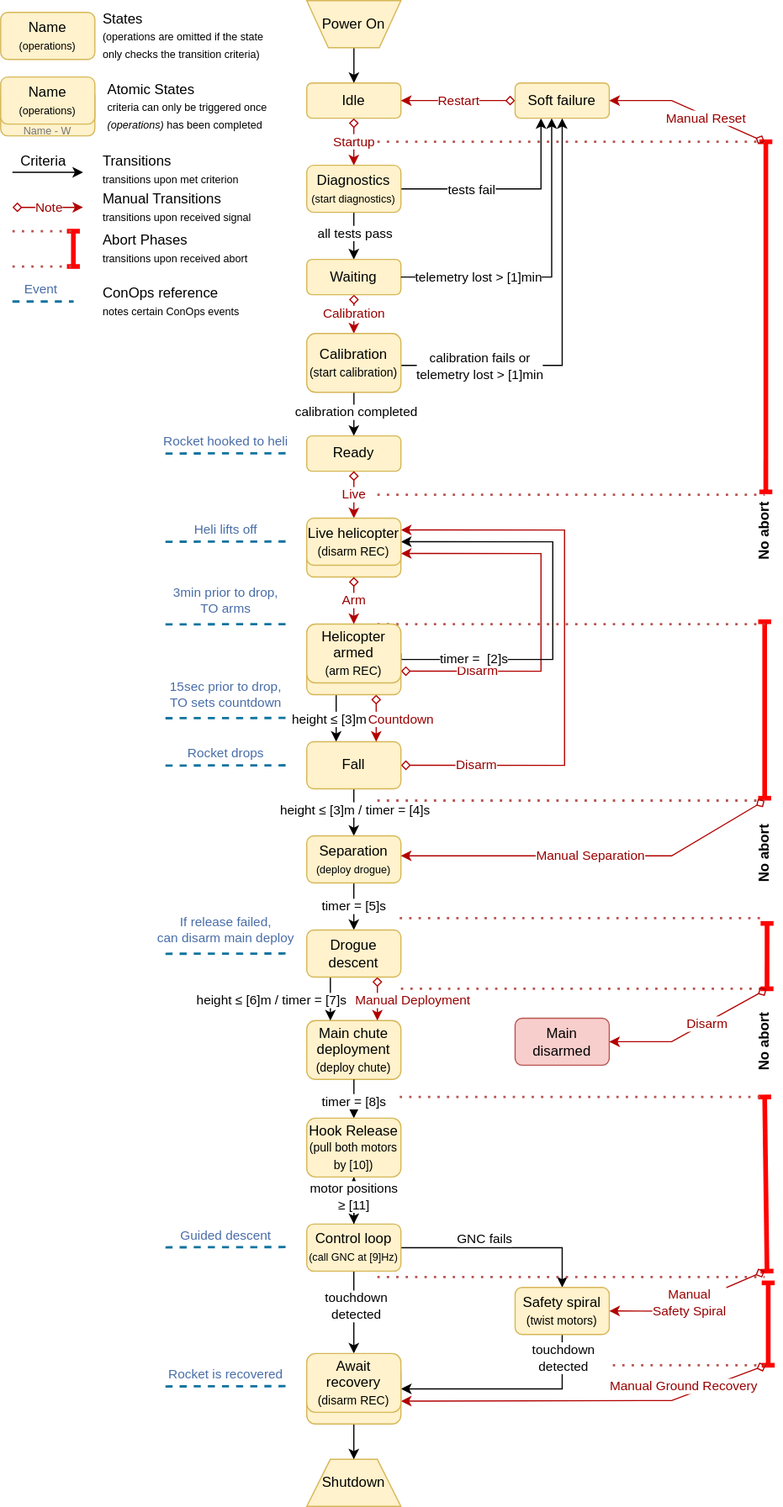
Above: state-machines/separation-drop-test-state-machine.drawio.svg in aris-space/asteria-remote-computers (draw.io), before the change. Source tidied: cells renumbered, new cells last; positions are measured from the earlier drawing's top-left corner, leaving out a move shared by most shapes.
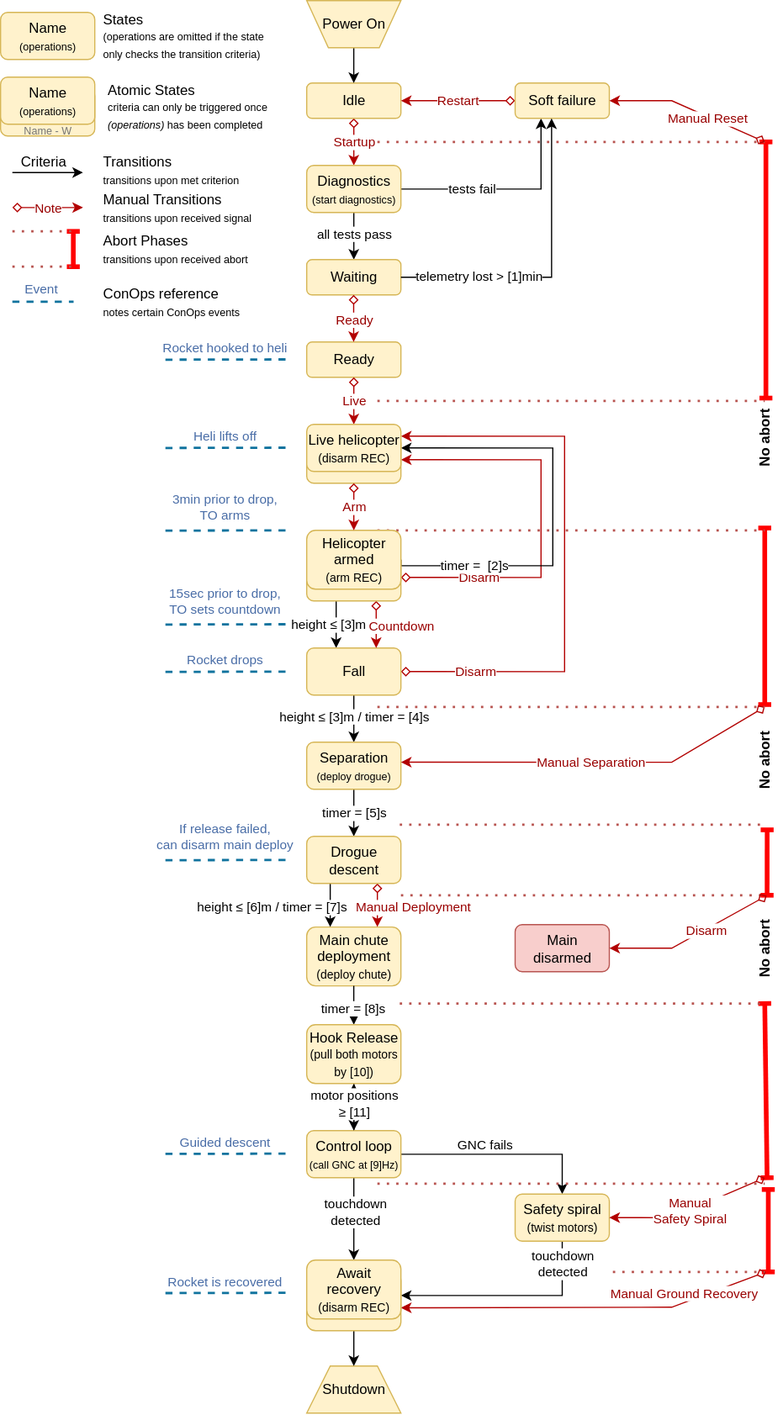
After the commit.

Commit message:
Remove Calibration state from the separation drop test diagram

What changed in the source:
```diff
@@ -9,13 +9,13 @@
       <mxGeometry relative="1" as="geometry" />
     </mxCell>
     <mxCell id="4" value="Idle" style="rounded=1;whiteSpace=wrap;html=1;fillColor=#fff2cc;strokeColor=#d6b656;" parent="1" vertex="1">
-      <mxGeometry x="260" y="70" width="80" height="30" as="geometry" />
+      <mxGeometry x="260" y="150" width="80" height="30" as="geometry" />
     </mxCell>
     <mxCell id="5" style="edgeStyle=orthogonalEdgeStyle;rounded=0;jettySize=auto;html=1;" parent="1" edge="1" source="6" target="4">
       <mxGeometry relative="1" as="geometry" />
     </mxCell>
     <mxCell id="6" value="Power On" style="verticalLabelPosition=middle;verticalAlign=middle;html=1;shape=trapezoid;perimeter=trapezoidPerimeter;whiteSpace=wrap;size=0.23;arcSize=10;flipV=1;labelPosition=center;align=center;fillColor=#fff2cc;strokeColor=#d6b656;" parent="1" vertex="1">
-      <mxGeometry x="260" width="80" height="40" as="geometry" />
+      <mxGeometry x="260" y="80" width="80" height="40" as="geometry" />
     </mxCell>
     <mxCell id="7" style="edgeStyle=orthogonalEdgeStyle;rounded=0;jettySize=auto;html=1;entryX=0.5;entryY=0;entryDx=0;entryDy=0;" parent="1" edge="1" source="11" target="13">
       <mxGeometry relative="1" as="geometry" />
@@ -26,7 +26,7 @@
     <mxCell id="9" style="edgeStyle=orthogonalEdgeStyle;rounded=0;jettySize=auto;html=1;entryX=0.275;entryY=1;entryDx=0;entryDy=0;entryPerimeter=0;" parent="1" edge="1" source="11" target="15">
       <mxGeometry relative="1" as="geometry">
         <Array as="points">
-          <mxPoint x="459" y="160" />
+          <mxPoint x="459" y="240" />
         </Array>
       </mxGeometry>
     </mxCell>
@@ -36,41 +36,17 @@
       </mxGeometry>
     </mxCell>
     <mxCell id="11" value="&lt;font&gt;Diagnostics&lt;/font&gt;&lt;div&gt;&lt;font style=&quot;font-size: 9px;&quot;&gt;(start diagnostics)&lt;br&gt;&lt;/font&gt;&lt;/div&gt;" style="rounded=1;whiteSpace=wrap;html=1;fillColor=#fff2cc;strokeColor=#d6b656;" parent="1" vertex="1">
-      <mxGeometry x="260" y="140" width="80" height="40" as="geometry" />
+      <mxGeometry x="260" y="220" width="80" height="40" as="geometry" />
     </mxCell>
-    <mxCell id="12" value="&lt;font color=&quot;#990000&quot;&gt;Calibration&lt;/font&gt;" style="edgeStyle=orthogonalEdgeStyle;rounded=0;jettySize=auto;html=1;entryX=0.5;entryY=0;entryDx=0;entryDy=0;shadow=0;strokeColor=#B20000;strokeWidth=1;align=center;verticalAlign=middle;fontFamily=Helvetica;fontSize=11;fontColor=default;labelBackgroundColor=default;jumpStyle=none;jumpSize=5;startArrow=diamond;startFill=0;endArrow=classic;flowAnimation=0;fillColor=#e51400;" parent="1" edge="1" source="13" target="20">
-      <mxGeometry relative="1" as="geometry" />
-    </mxCell>
     <mxCell id="13" value="Waiting" style="rounded=1;whiteSpace=wrap;html=1;fillColor=#fff2cc;strokeColor=#d6b656;" parent="1" vertex="1">
-      <mxGeometry x="260" y="220" width="80" height="30" as="geometry" />
+      <mxGeometry x="260" y="300" width="80" height="30" as="geometry" />
     </mxCell>
     <mxCell id="14" value="&lt;font color=&quot;#990000&quot;&gt;Restart&lt;/font&gt;" style="rounded=0;jettySize=auto;html=1;strokeWidth=1;shadow=0;flowAnimation=0;strokeColor=#B20000;jumpStyle=none;jumpSize=5;startArrow=diamond;startFill=0;fillColor=#e51400;align=center;verticalAlign=middle;fontFamily=Helvetica;fontSize=11;fontColor=default;labelBackgroundColor=default;endArrow=classic;gradientColor=none;" parent="1" edge="1" source="15" target="4">
       <mxGeometry relative="1" as="geometry" />
     </mxCell>
     <mxCell id="15" value="Soft failure" style="rounded=1;whiteSpace=wrap;html=1;fillColor=#fff2cc;strokeColor=#d6b656;" parent="1" vertex="1">
-      <mxGeometry x="437" y="70" width="80" height="30" as="geometry" />
+      <mxGeometry x="437" y="150" width="80" height="30" as="geometry" />
     </mxCell>
-    <mxCell id="16" style="edgeStyle=orthogonalEdgeStyle;rounded=0;jettySize=auto;html=1;entryX=0.5;entryY=1;entryDx=0;entryDy=0;" parent="1" edge="1" source="20" target="15">
-      <mxGeometry relative="1" as="geometry">
-        <Array as="points">
-          <mxPoint x="477" y="310" />
-        </Array>
-      </mxGeometry>
-    </mxCell>
-    <mxCell id="17" value="&lt;div&gt;calibration fails or&lt;br&gt;&lt;/div&gt;&lt;div&gt;telemetry lost &amp;gt; [1]min&lt;br&gt;&lt;/div&gt;" style="edgeLabel;html=1;align=center;verticalAlign=middle;" parent="16" vertex="1">
-      <mxGeometry x="-0.61" y="-1" relative="1" as="geometry">
-        <mxPoint x="-2" y="-1" as="offset" />
-      </mxGeometry>
-    </mxCell>
-    <mxCell id="18" style="edgeStyle=orthogonalEdgeStyle;rounded=0;jettySize=auto;html=1;entryX=0.5;entryY=0;entryDx=0;entryDy=0;" parent="1" edge="1" source="20" target="69">
-      <mxGeometry relative="1" as="geometry" />
-    </mxCell>
-    <mxCell id="19" value="calibration completed" style="edgeLabel;html=1;align=center;verticalAlign=middle;" parent="18" vertex="1">
-      <mxGeometry x="-0.24" y="1" relative="1" as="geometry" />
-    </mxCell>
-    <mxCell id="20" value="Calibration&lt;div&gt;&lt;font size=&quot;1&quot;&gt;(start calibration)&lt;/font&gt;&lt;/div&gt;" style="rounded=1;whiteSpace=wrap;html=1;fillColor=#fff2cc;strokeColor=#d6b656;" parent="1" vertex="1">
-      <mxGeometry x="260" y="283" width="80" height="50" as="geometry" />
-    </mxCell>
     <mxCell id="21" style="edgeStyle=orthogonalEdgeStyle;rounded=0;orthogonalLoop=1;jettySize=auto;html=1;entryX=0.5;entryY=0;entryDx=0;entryDy=0;" parent="1" edge="1">
       <mxGeometry relative="1" as="geometry">
         <mxPoint x="285" y="590" as="sourcePoint" />
@@ -101,7 +77,7 @@
     <mxCell id="24" style="edgeStyle=orthogonalEdgeStyle;rounded=0;jettySize=auto;html=1;exitX=1;exitY=0.5;exitDx=0;exitDy=0;" parent="1" edge="1" source="13" target="15">
       <mxGeometry relative="1" as="geometry">
         <Array as="points">
-          <mxPoint x="468" y="235" />
+          <mxPoint x="468" y="315" />
         </Array>
       </mxGeometry>
     </mxCell>
@@ -263,15 +239,15 @@
     </mxCell>
     <mxCell id="55" style="endArrow=baseDash;html=1;rounded=0;startArrow=baseDash;startFill=0;endFill=0;fillColor=#f8cecc;strokeColor=#FF0000;strokeWidth=4;exitX=0.855;exitY=0.533;exitDx=0;exitDy=0;exitPerimeter=0;" parent="1" edge="1" source="59">
       <mxGeometry relative="1" as="geometry">
-        <mxPoint x="650" y="120" as="targetPoint" />
+        <mxPoint x="650" y="200" as="targetPoint" />
       </mxGeometry>
     </mxCell>
     <mxCell id="56" style="endArrow=none;dashed=1;html=1;dashPattern=1 3;strokeWidth=2;rounded=0;fillColor=#f8cecc;strokeColor=#b85450;" parent="1" edge="1">
       <mxGeometry relative="1" as="geometry">
-        <mxPoint x="320" y="120" as="sourcePoint" />
-        <mxPoint x="649" y="120" as="targetPoint" />
+        <mxPoint x="320" y="200" as="sourcePoint" />
+        <mxPoint x="649" y="200" as="targetPoint" />
         <Array as="points">
-          <mxPoint x="539" y="120" />
+          <mxPoint x="539" y="200" />
         </Array>
       </mxGeometry>
     </mxCell>
@@ -286,9 +262,9 @@
     </mxCell>
     <mxCell id="58" value="&lt;font color=&quot;#990000&quot;&gt;Manual Reset&lt;/font&gt;" style="endArrow=classic;html=1;rounded=0;entryX=1;entryY=0.5;entryDx=0;entryDy=0;shadow=0;strokeColor=#B20000;strokeWidth=1;align=center;verticalAlign=middle;fontFamily=Helvetica;fontSize=11;fontColor=default;labelBackgroundColor=default;jumpStyle=none;jumpSize=5;startArrow=diamond;startFill=0;flowAnimation=0;fillColor=#e51400;" parent="1" edge="1" target="15">
       <mxGeometry x="-0.24" y="2" relative="1" as="geometry">
-        <mxPoint x="649" y="120" as="sourcePoint" />
+        <mxPoint x="649" y="200" as="sourcePoint" />
         <Array as="points">
-          <mxPoint x="570" y="85" />
+          <mxPoint x="570" y="165" />
         </Array>
       </mxGeometry>
     </mxCell>
@@ -442,69 +418,69 @@
     </mxCell>
     <mxCell id="85" value="&lt;font color=&quot;#990000&quot;&gt;Note&lt;/font&gt;" style="rounded=0;orthogonalLoop=1;jettySize=auto;html=1;strokeWidth=1;shadow=0;flowAnimation=0;strokeColor=#B20000;jumpStyle=none;jumpSize=5;startArrow=diamond;startFill=0;fillColor=#e51400;" parent="1" edge="1">
       <mxGeometry relative="1" as="geometry">
-        <mxPoint x="10" y="175.8" as="sourcePoint" />
-        <mxPoint x="70" y="175.8" as="targetPoint" />
+        <mxPoint x="10" y="255.8" as="sourcePoint" />
+        <mxPoint x="70" y="255.8" as="targetPoint" />
       </mxGeometry>
     </mxCell>
     <mxCell id="86" value="Manual Transitions&lt;div&gt;&lt;font style=&quot;font-size: 9px;&quot;&gt;transitions upon received signal&lt;/font&gt;&lt;/div&gt;" style="text;html=1;align=left;verticalAlign=middle;whiteSpace=wrap;rounded=0;" parent="1" vertex="1">
-      <mxGeometry x="85" y="161" width="145" height="30" as="geometry" />
+      <mxGeometry x="85" y="241" width="145" height="30" as="geometry" />
     </mxCell>
     <mxCell id="87" style="endArrow=baseDash;html=1;rounded=0;startArrow=baseDash;startFill=0;endFill=0;fillColor=#f8cecc;strokeColor=#FF0000;strokeWidth=4;" parent="1" edge="1">
       <mxGeometry relative="1" as="geometry">
-        <mxPoint x="61.8" y="226" as="sourcePoint" />
-        <mxPoint x="61.8" y="196" as="targetPoint" />
+        <mxPoint x="61.8" y="306" as="sourcePoint" />
+        <mxPoint x="61.8" y="276" as="targetPoint" />
       </mxGeometry>
     </mxCell>
     <mxCell id="88" value="Abort Phases&lt;div&gt;&lt;font style=&quot;font-size: 9px;&quot;&gt;transitions upon received abort&lt;/font&gt;&lt;/div&gt;" style="text;html=1;align=left;verticalAlign=middle;whiteSpace=wrap;rounded=0;" parent="1" vertex="1">
-      <mxGeometry x="85" y="196" width="140" height="30" as="geometry" />
+      <mxGeometry x="85" y="276" width="140" height="30" as="geometry" />
     </mxCell>
     <mxCell id="89" value="Name&lt;div&gt;&lt;font style=&quot;font-size: 9px;&quot;&gt;(operations)&lt;/font&gt;&lt;/div&gt;" style="rounded=1;whiteSpace=wrap;html=1;fillColor=#fff2cc;strokeColor=#d6b656;" parent="1" vertex="1">
-      <mxGeometry y="10" width="80" height="40" as="geometry" />
+      <mxGeometry y="90" width="80" height="40" as="geometry" />
     </mxCell>
     <mxCell id="90" value="States&lt;div&gt;&lt;font style=&quot;font-size: 9px;&quot;&gt;(operations are omitted if the state only checks the transition criteria)&lt;/font&gt;&lt;/div&gt;" style="text;html=1;align=left;verticalAlign=middle;whiteSpace=wrap;rounded=0;" parent="1" vertex="1">
-      <mxGeometry x="85" width="140" height="60" as="geometry" />
+      <mxGeometry x="85" y="80" width="140" height="60" as="geometry" />
     </mxCell>
     <mxCell id="91" style="rounded=0;orthogonalLoop=1;jettySize=auto;html=1;strokeWidth=1;shadow=0;flowAnimation=0;strokeColor=default;jumpStyle=none;jumpSize=5;startArrow=none;startFill=0;fillColor=#e51400;align=center;verticalAlign=middle;fontFamily=Helvetica;fontSize=11;fontColor=default;labelBackgroundColor=default;endArrow=classic;" parent="1" edge="1">
       <mxGeometry relative="1" as="geometry">
-        <mxPoint x="10" y="146" as="sourcePoint" />
-        <mxPoint x="70" y="146" as="targetPoint" />
+        <mxPoint x="10" y="226" as="sourcePoint" />
+        <mxPoint x="70" y="226" as="targetPoint" />
       </mxGeometry>
     </mxCell>
     <mxCell id="92" value="Transitions&lt;div&gt;&lt;font style=&quot;font-size: 9px;&quot;&gt;&lt;font style=&quot;&quot;&gt;transitions upon met&amp;nbsp;&lt;/font&gt;&lt;span style=&quot;background-color: transparent;&quot;&gt;&lt;font style=&quot;&quot;&gt;criterion&lt;/font&gt;&lt;/span&gt;&lt;/font&gt;&lt;/div&gt;" style="text;html=1;align=left;verticalAlign=middle;whiteSpace=wrap;rounded=0;" parent="1" vertex="1">
-      <mxGeometry x="85" y="129" width="145" height="30" as="geometry" />
+      <mxGeometry x="85" y="209" width="145" height="30" as="geometry" />
     </mxCell>
     <mxCell id="93" value="Criteria" style="text;html=1;align=center;verticalAlign=middle;strokeColor=none;fillColor=none;" parent="1" vertex="1">
-      <mxGeometry x="6" y="122" width="60" height="30" as="geometry" />
+      <mxGeometry x="6" y="202" width="60" height="30" as="geometry" />
     </mxCell>
     <mxCell id="94" style="endArrow=none;dashed=1;html=1;dashPattern=1 3;strokeWidth=2;rounded=0;fillColor=#f8cecc;strokeColor=#b85450;" parent="1" edge="1">
       <mxGeometry relative="1" as="geometry">
-        <mxPoint x="10" y="196" as="sourcePoint" />
-        <mxPoint x="62" y="196" as="targetPoint" />
+        <mxPoint x="10" y="276" as="sourcePoint" />
+        <mxPoint x="62" y="276" as="targetPoint" />
       </mxGeometry>
     </mxCell>
     <mxCell id="95" style="endArrow=none;dashed=1;html=1;dashPattern=1 3;strokeWidth=2;rounded=0;fillColor=#f8cecc;strokeColor=#b85450;" parent="1" edge="1">
       <mxGeometry relative="1" as="geometry">
-        <mxPoint x="10" y="226" as="sourcePoint" />
-        <mxPoint x="62" y="226" as="targetPoint" />
+        <mxPoint x="10" y="306" as="sourcePoint" />
+        <mxPoint x="62" y="306" as="targetPoint" />
       </mxGeometry>
     </mxCell>
     <mxCell id="96" value="&lt;div&gt;&lt;font style=&quot;&quot;&gt;ConOps reference&lt;/font&gt;&lt;/div&gt;&lt;div&gt;&lt;font style=&quot;font-size: 9px;&quot;&gt;notes certain ConOps events&lt;/font&gt;&lt;/div&gt;" style="text;html=1;align=left;verticalAlign=middle;whiteSpace=wrap;rounded=0;" parent="1" vertex="1">
-      <mxGeometry x="85" y="241" width="140" height="30" as="geometry" />
+      <mxGeometry x="85" y="321" width="140" height="30" as="geometry" />
     </mxCell>
     <mxCell id="97" value="&lt;font style=&quot;color: light-dark(rgb(73, 109, 167), rgb(237, 237, 237));&quot;&gt;Event&lt;/font&gt;" style="endArrow=none;dashed=1;html=1;strokeWidth=2;rounded=0;fillColor=#b1ddf0;strokeColor=#10739e;endFill=0;startFill=0;" parent="1" edge="1">
       <mxGeometry x="-0.08" y="11" relative="1" as="geometry">
-        <mxPoint x="10" y="255.8" as="sourcePoint" />
-        <mxPoint x="62" y="255.8" as="targetPoint" />
+        <mxPoint x="10" y="335.8" as="sourcePoint" />
+        <mxPoint x="62" y="335.8" as="targetPoint" />
       </mxGeometry>
     </mxCell>
     <mxCell id="98" value="&lt;div&gt;&lt;font color=&quot;#757575&quot;&gt;&lt;br&gt;&lt;/font&gt;&lt;/div&gt;&lt;div&gt;&lt;font color=&quot;#757575&quot;&gt;&lt;br&gt;&lt;/font&gt;&lt;/div&gt;&lt;font style=&quot;font-size: 9px;&quot; color=&quot;#757575&quot;&gt;Name - W&lt;/font&gt;" style="rounded=1;whiteSpace=wrap;html=1;fillColor=#fff2cc;strokeColor=#d6b656;" parent="1" vertex="1">
-      <mxGeometry y="75" width="80" height="40" as="geometry" />
+      <mxGeometry y="155" width="80" height="40" as="geometry" />
     </mxCell>
     <mxCell id="99" value="Name&lt;div&gt;&lt;font style=&quot;font-size: 9px;&quot;&gt;(operations)&lt;/font&gt;&lt;/div&gt;" style="rounded=1;whiteSpace=wrap;html=1;fillColor=#fff2cc;strokeColor=#d6b656;" parent="1" vertex="1">
-      <mxGeometry y="65" width="80" height="40" as="geometry" />
+      <mxGeometry y="145" width="80" height="40" as="geometry" />
     </mxCell>
     <mxCell id="100" value="&lt;div&gt;Atomic States&lt;/div&gt;&lt;div&gt;&lt;span style=&quot;background-color: initial;&quot;&gt;&lt;font style=&quot;font-size: 9px;&quot;&gt;criteria can only be triggered once &lt;i&gt;(operations)&lt;/i&gt; has been completed&lt;/font&gt;&lt;/span&gt;&lt;/div&gt;" style="text;html=1;align=left;verticalAlign=middle;whiteSpace=wrap;rounded=0;" parent="1" vertex="1">
-      <mxGeometry x="89" y="60" width="140" height="60" as="geometry" />
+      <mxGeometry x="89" y="140" width="140" height="60" as="geometry" />
     </mxCell>
     <mxCell id="101" value="&lt;div&gt;&lt;br&gt;&lt;/div&gt;" style="rounded=1;whiteSpace=wrap;html=1;fillColor=#fff2cc;strokeColor=#d6b656;" parent="1" vertex="1">
       <mxGeometry x="260" y="450" width="80" height="40" as="geometry" />
@@ -527,5 +503,11 @@
     <mxCell id="107" value="Await recovery&lt;div&gt;&lt;font size=&quot;1&quot;&gt;(disarm REC)&lt;/font&gt;&lt;/div&gt;" style="rounded=1;whiteSpace=wrap;html=1;fillColor=#fff2cc;strokeColor=#d6b656;" parent="1" vertex="1">
       <mxGeometry x="260" y="1150" width="80" height="50" as="geometry" />
     </mxCell>
+    <mxCell id="108" value="&lt;font color=&quot;#990000&quot;&gt;Ready&lt;/font&gt;" style="edgeStyle=orthogonalEdgeStyle;rounded=0;orthogonalLoop=1;jettySize=auto;html=1;entryX=0.5;entryY=0;entryDx=0;entryDy=0;shadow=0;strokeColor=#B20000;strokeWidth=1;align=center;verticalAlign=middle;fontFamily=Helvetica;fontSize=11;fontColor=default;labelBackgroundColor=default;jumpStyle=none;jumpSize=5;startArrow=diamond;startFill=0;endArrow=classic;flowAnimation=0;fillColor=#e51400;exitX=0.5;exitY=1;exitDx=0;exitDy=0;" parent="1" edge="1">
+      <mxGeometry relative="1" as="geometry">
+        <mxPoint x="299.9" y="330" as="sourcePoint" />
+        <mxPoint x="299.9" y="370" as="targetPoint" />
+      </mxGeometry>
+    </mxCell>
   </root>
 </mxGraphModel>
```
